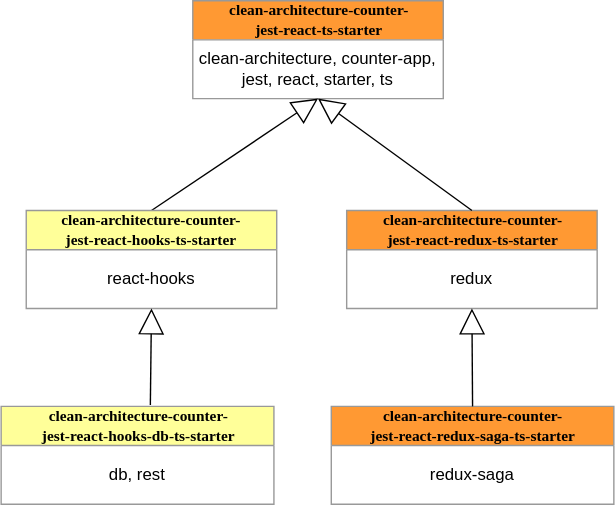
Before: images/hierarchy.svg, a diagram exported from draw.io (softspiders/clean-architecture-counter-starters). Source tidied: cells renumbered, new cells last; positions are measured from the earlier drawing's top-left corner, leaving out a move shared by most shapes.
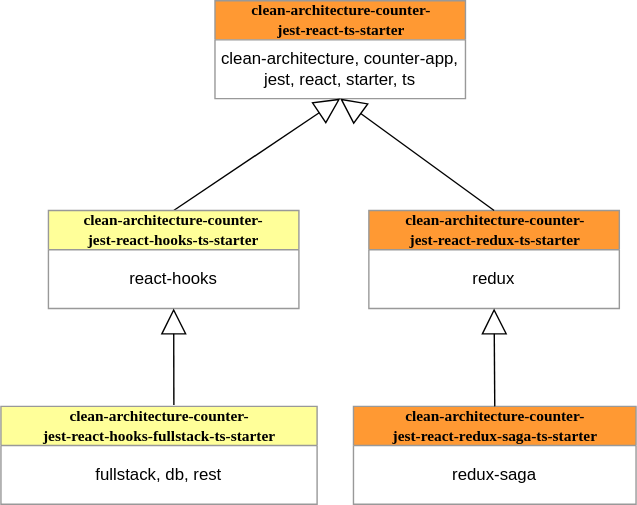
The same file after the commit.

Commit message:
docs: add fullstack feature tag on diagram

What changed in the source:
```diff
@@ -17,11 +17,11 @@
     <mxCell id="6" value="react-hooks" style="text;html=1;strokeColor=none;fillColor=none;align=center;verticalAlign=middle;whiteSpace=wrap;rounded=0;" parent="5" vertex="1">
       <mxGeometry y="28" width="179.1" height="42" as="geometry" />
     </mxCell>
-    <mxCell id="7" value="&lt;font&gt;&lt;span style=&quot;font-size: 11px&quot;&gt;&lt;b&gt;clean-architecture-counter-&lt;br&gt;jest-react-hooks-db-ts-starter&lt;/b&gt;&lt;/span&gt;&lt;br&gt;&lt;/font&gt;" style="swimlane;html=1;fontStyle=0;horizontal=1;startSize=28;swimlaneFillColor=#ffffff;rounded=0;shadow=0;comic=0;labelBackgroundColor=none;strokeWidth=1;fontFamily=Verdana;fontSize=10;align=center;fillColor=#FFFF99;strokeColor=#999999;" parent="1" vertex="1">
-      <mxGeometry y="290" width="195" height="70" as="geometry" />
+    <mxCell id="7" value="&lt;font&gt;&lt;span style=&quot;font-size: 11px&quot;&gt;&lt;b&gt;clean-architecture-counter-&lt;br&gt;jest-react-hooks-fullstack-ts-starter&lt;/b&gt;&lt;/span&gt;&lt;br&gt;&lt;/font&gt;" style="swimlane;html=1;fontStyle=0;horizontal=1;startSize=28;swimlaneFillColor=#ffffff;rounded=0;shadow=0;comic=0;labelBackgroundColor=none;strokeWidth=1;fontFamily=Verdana;fontSize=10;align=center;fillColor=#FFFF99;strokeColor=#999999;" parent="1" vertex="1">
+      <mxGeometry x="-16" y="290" width="226" height="70" as="geometry" />
     </mxCell>
-    <mxCell id="8" value="db, rest" style="text;html=1;strokeColor=none;fillColor=none;align=center;verticalAlign=middle;whiteSpace=wrap;rounded=0;" parent="7" vertex="1">
-      <mxGeometry y="28" width="195" height="42" as="geometry" />
+    <mxCell id="8" value="fullstack, db, rest" style="text;html=1;strokeColor=none;fillColor=none;align=center;verticalAlign=middle;whiteSpace=wrap;rounded=0;" parent="7" vertex="1">
+      <mxGeometry y="28" width="226" height="42" as="geometry" />
     </mxCell>
     <mxCell id="9" style="endArrow=block;endSize=16;endFill=0;html=1;exitX=0.547;exitY=-0.014;exitDx=0;exitDy=0;entryX=0.5;entryY=1;entryDx=0;entryDy=0;exitPerimeter=0;" parent="1" edge="1" source="7" target="6">
       <mxGeometry relative="1" as="geometry" />
```
